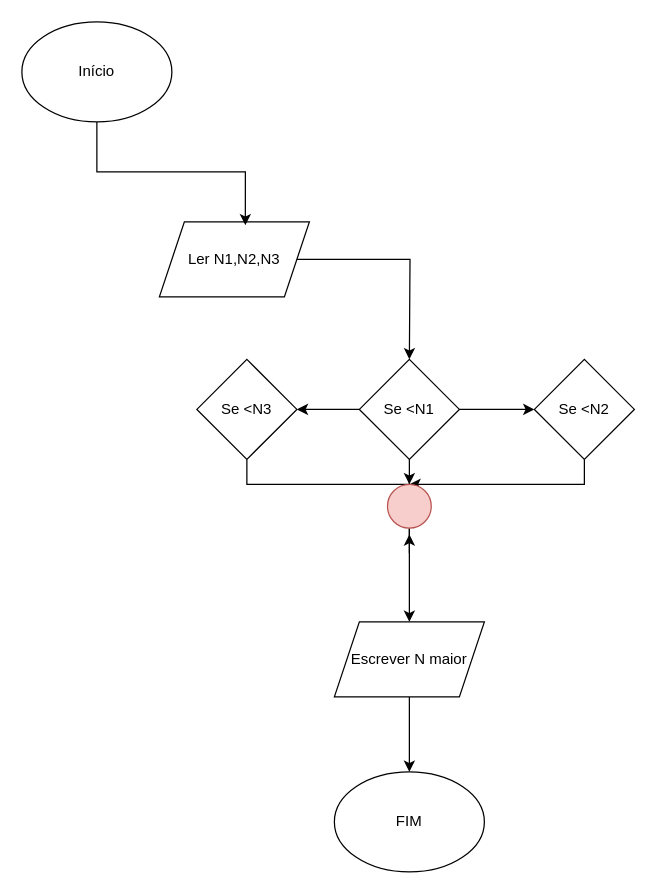
This is Untitled Diagram.drawio from Rato0101/Fluxogramas, a draw.io file, before an edit. Source tidied: cells renumbered, new cells numbered last; positions are measured from the earlier drawing's top-left corner, leaving out a move shared by most shapes. Both pictures are drawn from the tidied source at 125%, with x=0, y=0 at pixel (21, 21).
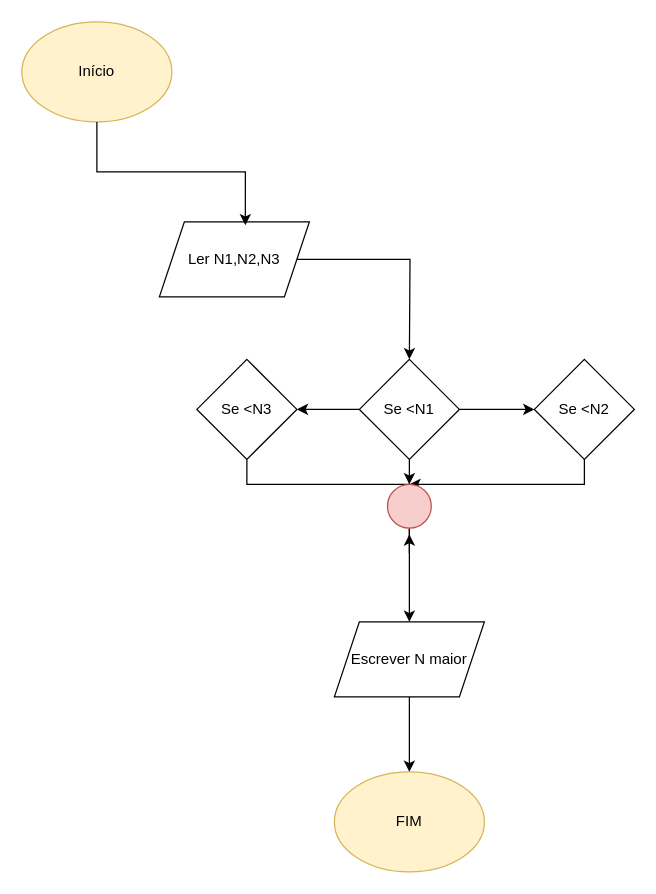
After the change.

Diff of the diagram source:
```diff
@@
-    <mxCell id="2" value="FIM" style="ellipse;whiteSpace=wrap;html=1;shapeInside=1;" parent="1" vertex="1">
+    <mxCell id="2" value="FIM" style="ellipse;whiteSpace=wrap;html=1;shapeInside=1;fillColor=#fff2cc;strokeColor=#d6b656;" parent="1" vertex="1">
       <mxGeometry x="250" y="600" width="120" height="80" as="geometry" />
     </mxCell>
-    <mxCell id="3" value="Início" style="ellipse;whiteSpace=wrap;html=1;shapeInside=1;" parent="1" vertex="1">
+    <mxCell id="3" value="Início" style="ellipse;whiteSpace=wrap;html=1;shapeInside=1;fillColor=#fff2cc;strokeColor=#d6b656;" parent="1" vertex="1">
       <mxGeometry width="120" height="80" as="geometry" />
     </mxCell>
```
